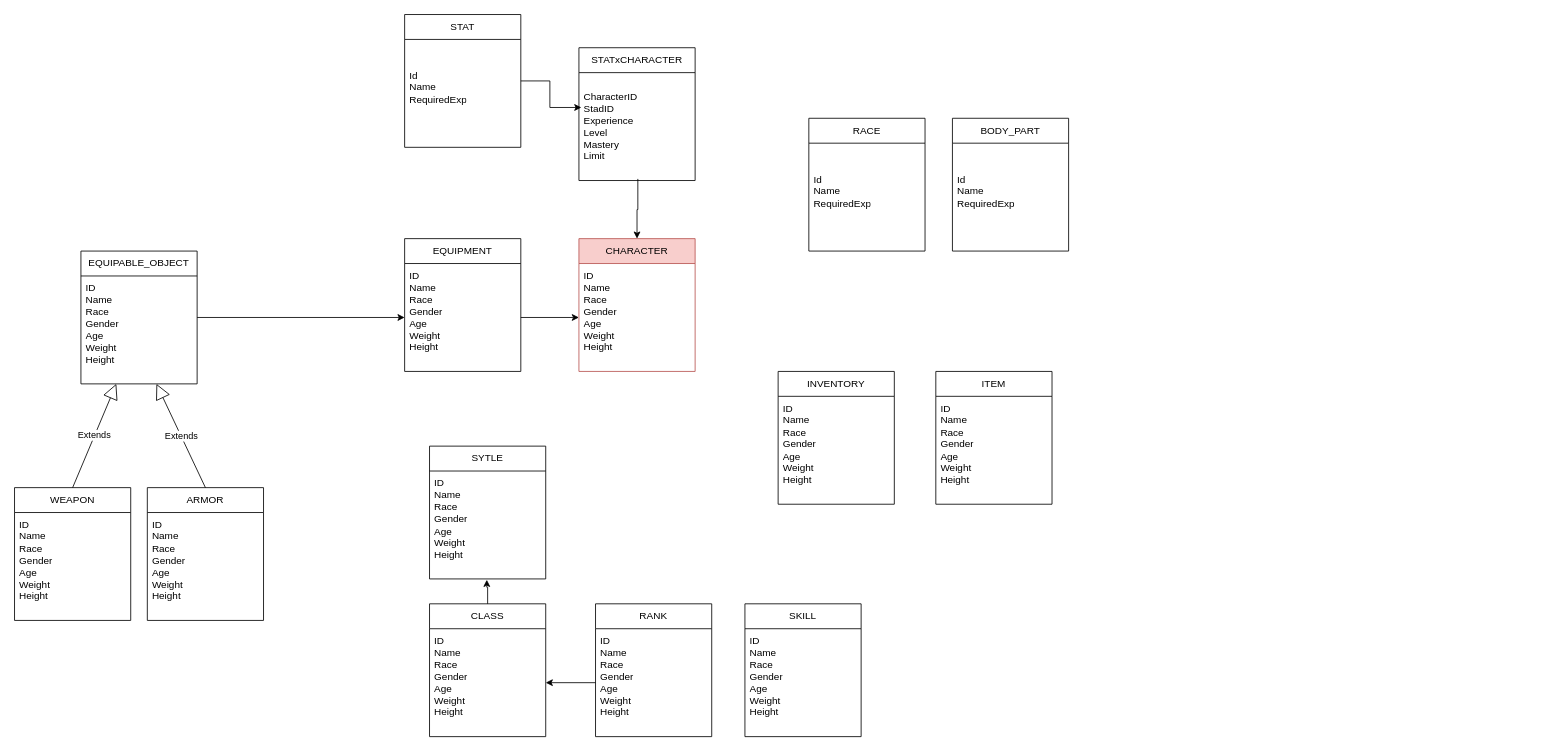
Mutisantos/kanionland-character-editor keeps this draw.io diagram as kanionland.drawio. Above is the earlier version. Source tidied: cells renumbered, new cells numbered last; positions are measured from the earlier drawing's top-left corner, leaving out a move shared by most shapes. Both pictures are drawn from the tidied source at 83%, with x=0, y=0 at pixel (14, 14).
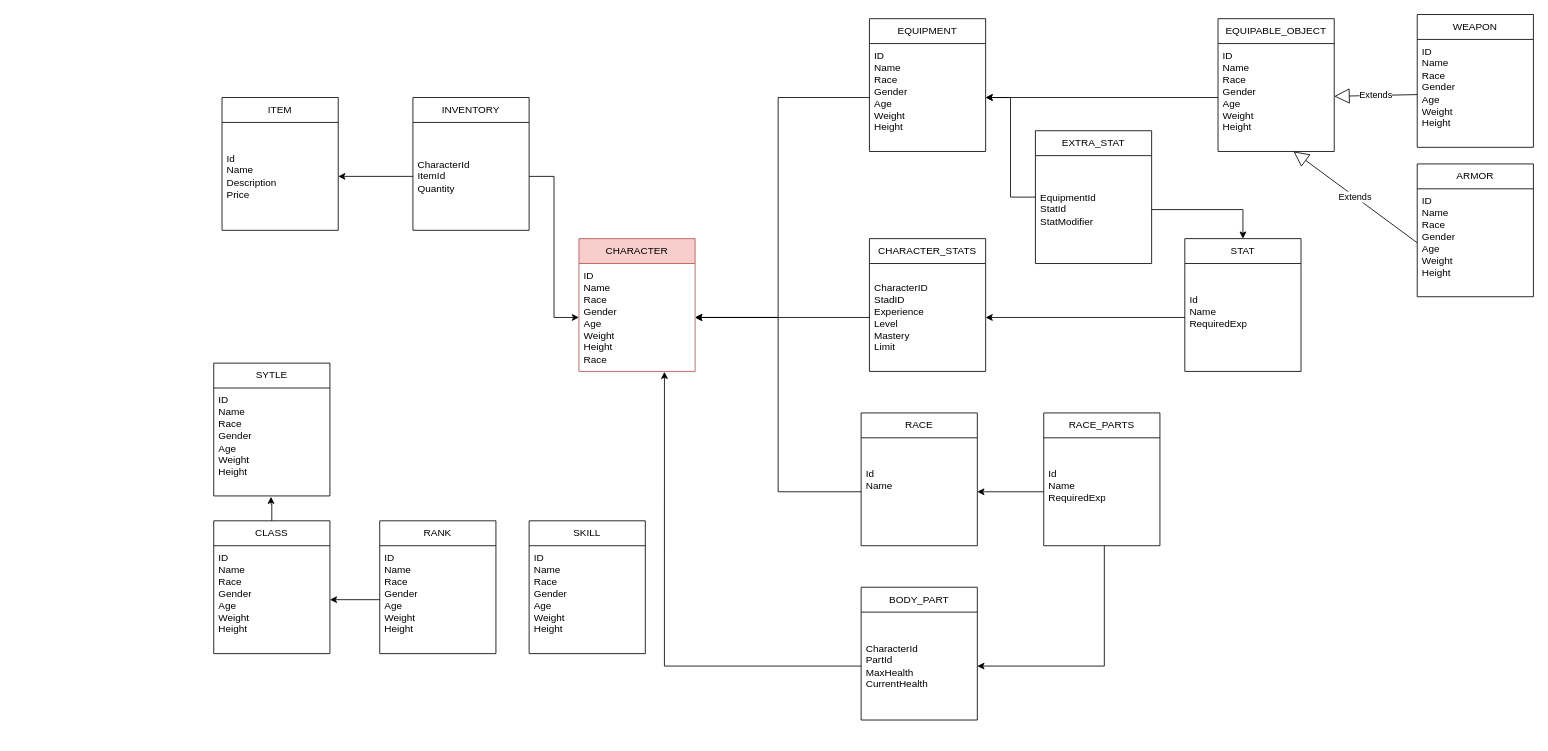
The same page after the edit.

The change refers to these unchanged cells:
```xml
<mxCell id="2" value="CHARACTER" style="swimlane;fontStyle=0;horizontal=1;startSize=30;whiteSpace=wrap;html=1;fillColor=#f8cecc;strokeColor=#b85450;" parent="1" vertex="1">
  <mxGeometry x="680" y="270" width="140" height="160" as="geometry" />
</mxCell>
<mxCell id="5" value="Id&lt;br&gt;Name&lt;div&gt;RequiredExp&lt;/div&gt;&lt;div&gt;&lt;br&gt;&lt;/div&gt;" style="text;strokeColor=none;fillColor=none;align=left;verticalAlign=middle;spacingLeft=4;spacingRight=4;overflow=hidden;points=[[0,0.5],[1,0.5]];portConstraint=eastwest;whiteSpace=wrap;html=1;" parent="4" vertex="1">
  <mxGeometry y="30" width="140" height="130" as="geometry" />
</mxCell>
<mxCell id="7" value="CharacterID&lt;br&gt;StadID&lt;div&gt;Experience&lt;/div&gt;&lt;div&gt;Level&lt;/div&gt;&lt;div&gt;Mastery&lt;/div&gt;&lt;div&gt;Limit&lt;/div&gt;" style="text;strokeColor=none;fillColor=none;align=left;verticalAlign=middle;spacingLeft=4;spacingRight=4;overflow=hidden;points=[[0,0.5],[1,0.5]];portConstraint=eastwest;whiteSpace=wrap;html=1;" parent="6" vertex="1">
  <mxGeometry y="30" width="140" height="130" as="geometry" />
</mxCell>
<mxCell id="14" value="ID&lt;br&gt;Name&lt;br&gt;&lt;div&gt;Race&lt;/div&gt;&lt;div&gt;Gender&lt;/div&gt;&lt;div&gt;Age&lt;/div&gt;&lt;div&gt;Weight&lt;/div&gt;&lt;div&gt;Height&lt;/div&gt;&lt;div&gt;&lt;br&gt;&lt;/div&gt;" style="text;strokeColor=none;fillColor=none;align=left;verticalAlign=middle;spacingLeft=4;spacingRight=4;overflow=hidden;points=[[0,0.5],[1,0.5]];portConstraint=eastwest;whiteSpace=wrap;html=1;" parent="13" vertex="1">
  <mxGeometry y="30" width="140" height="130" as="geometry" />
</mxCell>
<mxCell id="18" value="ID&lt;br&gt;Name&lt;br&gt;&lt;div&gt;Race&lt;/div&gt;&lt;div&gt;Gender&lt;/div&gt;&lt;div&gt;Age&lt;/div&gt;&lt;div&gt;Weight&lt;/div&gt;&lt;div&gt;Height&lt;/div&gt;&lt;div&gt;&lt;br&gt;&lt;/div&gt;" style="text;strokeColor=none;fillColor=none;align=left;verticalAlign=middle;spacingLeft=4;spacingRight=4;overflow=hidden;points=[[0,0.5],[1,0.5]];portConstraint=eastwest;whiteSpace=wrap;html=1;" parent="17" vertex="1">
  <mxGeometry y="30" width="140" height="130" as="geometry" />
</mxCell>
<mxCell id="20" value="ID&lt;br&gt;Name&lt;br&gt;&lt;div&gt;Race&lt;/div&gt;&lt;div&gt;Gender&lt;/div&gt;&lt;div&gt;Age&lt;/div&gt;&lt;div&gt;Weight&lt;/div&gt;&lt;div&gt;Height&lt;/div&gt;&lt;div&gt;&lt;br&gt;&lt;/div&gt;" style="text;strokeColor=none;fillColor=none;align=left;verticalAlign=middle;spacingLeft=4;spacingRight=4;overflow=hidden;points=[[0,0.5],[1,0.5]];portConstraint=eastwest;whiteSpace=wrap;html=1;" parent="19" vertex="1">
  <mxGeometry y="30" width="140" height="130" as="geometry" />
</mxCell>
<mxCell id="27" value="ID&lt;br&gt;Name&lt;br&gt;&lt;div&gt;Race&lt;/div&gt;&lt;div&gt;Gender&lt;/div&gt;&lt;div&gt;Age&lt;/div&gt;&lt;div&gt;Weight&lt;/div&gt;&lt;div&gt;Height&lt;/div&gt;&lt;div&gt;&lt;br&gt;&lt;/div&gt;" style="text;strokeColor=none;fillColor=none;align=left;verticalAlign=middle;spacingLeft=4;spacingRight=4;overflow=hidden;points=[[0,0.5],[1,0.5]];portConstraint=eastwest;whiteSpace=wrap;html=1;" parent="26" vertex="1">
  <mxGeometry y="30" width="140" height="130" as="geometry" />
</mxCell>
```

Change to the diagram source:
```diff
@@
-    <mxCell id="3" value="ID&lt;br&gt;Name&lt;br&gt;&lt;div&gt;Race&lt;/div&gt;&lt;div&gt;Gender&lt;/div&gt;&lt;div&gt;Age&lt;/div&gt;&lt;div&gt;Weight&lt;/div&gt;&lt;div&gt;Height&lt;/div&gt;&lt;div&gt;&lt;br&gt;&lt;/div&gt;" style="text;strokeColor=none;fillColor=none;align=left;verticalAlign=middle;spacingLeft=4;spacingRight=4;overflow=hidden;points=[[0,0.5],[1,0.5]];portConstraint=eastwest;whiteSpace=wrap;html=1;" parent="2" vertex="1">
+    <mxCell id="3" value="ID&lt;br&gt;Name&lt;br&gt;&lt;div&gt;Race&lt;/div&gt;&lt;div&gt;Gender&lt;/div&gt;&lt;div&gt;Age&lt;/div&gt;&lt;div&gt;Weight&lt;/div&gt;&lt;div&gt;Height&lt;/div&gt;&lt;div&gt;Race&lt;/div&gt;" style="text;strokeColor=none;fillColor=none;align=left;verticalAlign=middle;spacingLeft=4;spacingRight=4;overflow=hidden;points=[[0,0.5],[1,0.5]];portConstraint=eastwest;whiteSpace=wrap;html=1;" parent="2" vertex="1">
       <mxGeometry y="30" width="140" height="130" as="geometry" />
     </mxCell>
     <mxCell id="4" value="STAT" style="swimlane;fontStyle=0;horizontal=1;startSize=30;whiteSpace=wrap;html=1;" parent="1" vertex="1">
-      <mxGeometry x="470" width="140" height="160" as="geometry" />
+      <mxGeometry x="1410" y="270" width="140" height="160" as="geometry" />
     </mxCell>
@@
-    <mxCell id="6" value="STATxCHARACTER" style="swimlane;fontStyle=0;horizontal=1;startSize=30;whiteSpace=wrap;html=1;" parent="1" vertex="1">
-      <mxGeometry x="680" y="40" width="140" height="160" as="geometry" />
+    <mxCell id="6" value="CHARACTER_STATS" style="swimlane;fontStyle=0;horizontal=1;startSize=30;whiteSpace=wrap;html=1;" parent="1" vertex="1">
+      <mxGeometry x="1030" y="270" width="140" height="160" as="geometry" />
     </mxCell>
@@
-    <mxCell id="8" style="edgeStyle=orthogonalEdgeStyle;rounded=0;jettySize=auto;html=1;entryX=0.021;entryY=0.323;entryDx=0;entryDy=0;entryPerimeter=0;" parent="1" edge="1" source="4" target="7">
-      <mxGeometry relative="1" as="geometry" />
-    </mxCell>
     <mxCell id="9" value="RACE" style="swimlane;fontStyle=0;horizontal=1;startSize=30;whiteSpace=wrap;html=1;" parent="1" vertex="1">
-      <mxGeometry x="957" y="125" width="140" height="160" as="geometry" />
+      <mxGeometry x="1020" y="480" width="140" height="160" as="geometry" />
     </mxCell>
-    <mxCell id="10" value="Id&lt;br&gt;Name&lt;div&gt;RequiredExp&lt;/div&gt;&lt;div&gt;&lt;br&gt;&lt;/div&gt;" style="text;strokeColor=none;fillColor=none;align=left;verticalAlign=middle;spacingLeft=4;spacingRight=4;overflow=hidden;points=[[0,0.5],[1,0.5]];portConstraint=eastwest;whiteSpace=wrap;html=1;" parent="9" vertex="1">
+    <mxCell id="10" value="Id&lt;br&gt;Name&lt;div&gt;&lt;br&gt;&lt;/div&gt;&lt;div&gt;&lt;br&gt;&lt;/div&gt;" style="text;strokeColor=none;fillColor=none;align=left;verticalAlign=middle;spacingLeft=4;spacingRight=4;overflow=hidden;points=[[0,0.5],[1,0.5]];portConstraint=eastwest;whiteSpace=wrap;html=1;" parent="9" vertex="1">
       <mxGeometry y="30" width="140" height="130" as="geometry" />
     </mxCell>
     <mxCell id="11" value="ITEM" style="swimlane;fontStyle=0;horizontal=1;startSize=30;whiteSpace=wrap;html=1;" parent="1" vertex="1">
-      <mxGeometry x="1110" y="430" width="140" height="160" as="geometry" />
+      <mxGeometry x="250" y="100" width="140" height="160" as="geometry" />
     </mxCell>
-    <mxCell id="12" value="ID&lt;br&gt;Name&lt;br&gt;&lt;div&gt;Race&lt;/div&gt;&lt;div&gt;Gender&lt;/div&gt;&lt;div&gt;Age&lt;/div&gt;&lt;div&gt;Weight&lt;/div&gt;&lt;div&gt;Height&lt;/div&gt;&lt;div&gt;&lt;br&gt;&lt;/div&gt;" style="text;strokeColor=none;fillColor=none;align=left;verticalAlign=middle;spacingLeft=4;spacingRight=4;overflow=hidden;points=[[0,0.5],[1,0.5]];portConstraint=eastwest;whiteSpace=wrap;html=1;" parent="11" vertex="1">
+    <mxCell id="12" value="&lt;div&gt;Id&lt;/div&gt;&lt;div&gt;Name&lt;/div&gt;&lt;div&gt;Description&lt;/div&gt;&lt;div&gt;Price&lt;/div&gt;" style="text;strokeColor=none;fillColor=none;align=left;verticalAlign=middle;spacingLeft=4;spacingRight=4;overflow=hidden;points=[[0,0.5],[1,0.5]];portConstraint=eastwest;whiteSpace=wrap;html=1;" parent="11" vertex="1">
       <mxGeometry y="30" width="140" height="130" as="geometry" />
     </mxCell>
     <mxCell id="13" value="EQUIPMENT" style="swimlane;fontStyle=0;horizontal=1;startSize=30;whiteSpace=wrap;html=1;" parent="1" vertex="1">
-      <mxGeometry x="470" y="270" width="140" height="160" as="geometry" />
+      <mxGeometry x="1030" y="5" width="140" height="160" as="geometry" />
     </mxCell>
@@
     <mxCell id="15" value="INVENTORY" style="swimlane;fontStyle=0;horizontal=1;startSize=30;whiteSpace=wrap;html=1;" parent="1" vertex="1">
-      <mxGeometry x="920" y="430" width="140" height="160" as="geometry" />
+      <mxGeometry x="480" y="100" width="140" height="160" as="geometry" />
     </mxCell>
-    <mxCell id="16" value="ID&lt;br&gt;Name&lt;br&gt;&lt;div&gt;Race&lt;/div&gt;&lt;div&gt;Gender&lt;/div&gt;&lt;div&gt;Age&lt;/div&gt;&lt;div&gt;Weight&lt;/div&gt;&lt;div&gt;Height&lt;/div&gt;&lt;div&gt;&lt;br&gt;&lt;/div&gt;" style="text;strokeColor=none;fillColor=none;align=left;verticalAlign=middle;spacingLeft=4;spacingRight=4;overflow=hidden;points=[[0,0.5],[1,0.5]];portConstraint=eastwest;whiteSpace=wrap;html=1;" parent="15" vertex="1">
+    <mxCell id="16" value="&lt;div&gt;CharacterId&lt;/div&gt;&lt;div&gt;ItemId&lt;/div&gt;&lt;div&gt;Quantity&lt;/div&gt;" style="text;strokeColor=none;fillColor=none;align=left;verticalAlign=middle;spacingLeft=4;spacingRight=4;overflow=hidden;points=[[0,0.5],[1,0.5]];portConstraint=eastwest;whiteSpace=wrap;html=1;" parent="15" vertex="1">
       <mxGeometry y="30" width="140" height="130" as="geometry" />
     </mxCell>
     <mxCell id="17" value="WEAPON" style="swimlane;fontStyle=0;horizontal=1;startSize=30;whiteSpace=wrap;html=1;" parent="1" vertex="1">
-      <mxGeometry y="570" width="140" height="160" as="geometry" />
+      <mxGeometry x="1690" width="140" height="160" as="geometry" />
     </mxCell>
@@
     <mxCell id="19" value="ARMOR" style="swimlane;fontStyle=0;horizontal=1;startSize=30;whiteSpace=wrap;html=1;" parent="1" vertex="1">
-      <mxGeometry x="160" y="570" width="140" height="160" as="geometry" />
+      <mxGeometry x="1690" y="180" width="140" height="160" as="geometry" />
     </mxCell>
@@
-    <mxCell id="21" style="edgeStyle=orthogonalEdgeStyle;rounded=0;jettySize=auto;html=1;exitX=0.507;exitY=0.985;exitDx=0;exitDy=0;exitPerimeter=0;" parent="1" edge="1" source="7" target="2">
-      <mxGeometry relative="1" as="geometry">
-        <Array as="points">
-          <mxPoint x="750" y="235" />
-        </Array>
-      </mxGeometry>
-    </mxCell>
     <mxCell id="22" value="BODY_PART" style="swimlane;fontStyle=0;horizontal=1;startSize=30;whiteSpace=wrap;html=1;" parent="1" vertex="1">
-      <mxGeometry x="1130" y="125" width="140" height="160" as="geometry" />
+      <mxGeometry x="1020" y="690" width="140" height="160" as="geometry" />
     </mxCell>
-    <mxCell id="23" value="Id&lt;br&gt;Name&lt;div&gt;RequiredExp&lt;/div&gt;&lt;div&gt;&lt;br&gt;&lt;/div&gt;" style="text;strokeColor=none;fillColor=none;align=left;verticalAlign=middle;spacingLeft=4;spacingRight=4;overflow=hidden;points=[[0,0.5],[1,0.5]];portConstraint=eastwest;whiteSpace=wrap;html=1;" parent="22" vertex="1">
+    <mxCell id="23" value="&lt;div&gt;CharacterId&lt;/div&gt;&lt;div&gt;PartId&lt;/div&gt;&lt;div&gt;MaxHealth&lt;/div&gt;&lt;div&gt;CurrentHealth&lt;/div&gt;" style="text;strokeColor=none;fillColor=none;align=left;verticalAlign=middle;spacingLeft=4;spacingRight=4;overflow=hidden;points=[[0,0.5],[1,0.5]];portConstraint=eastwest;whiteSpace=wrap;html=1;" parent="22" vertex="1">
       <mxGeometry y="30" width="140" height="130" as="geometry" />
     </mxCell>
-    <mxCell id="24" style="edgeStyle=orthogonalEdgeStyle;rounded=0;jettySize=auto;html=1;entryX=0;entryY=0.5;entryDx=0;entryDy=0;" parent="1" edge="1" source="14" target="3">
-      <mxGeometry relative="1" as="geometry" />
-    </mxCell>
-    <mxCell id="25" style="edgeStyle=orthogonalEdgeStyle;rounded=0;jettySize=auto;html=1;entryX=0;entryY=0.5;entryDx=0;entryDy=0;" parent="1" edge="1" source="26" target="14">
-      <mxGeometry relative="1" as="geometry" />
-    </mxCell>
     <mxCell id="26" value="EQUIPABLE_OBJECT" style="swimlane;fontStyle=0;horizontal=1;startSize=30;whiteSpace=wrap;html=1;" parent="1" vertex="1">
-      <mxGeometry x="80" y="285" width="140" height="160" as="geometry" />
+      <mxGeometry x="1450" y="5" width="140" height="160" as="geometry" />
     </mxCell>
@@
-    <mxCell id="28" value="Extends" style="endArrow=block;endSize=16;endFill=0;html=1;rounded=0;exitX=0.5;exitY=0;exitDx=0;exitDy=0;" parent="1" edge="1" source="17" target="27">
+    <mxCell id="28" value="Extends" style="endArrow=block;endSize=16;endFill=0;html=1;rounded=0;" parent="1" edge="1" source="18" target="27">
       <mxGeometry relative="1" as="geometry" />
     </mxCell>
-    <mxCell id="29" value="Extends" style="endArrow=block;endSize=16;endFill=0;html=1;rounded=0;exitX=0.5;exitY=0;exitDx=0;exitDy=0;entryX=0.65;entryY=1;entryDx=0;entryDy=0;entryPerimeter=0;" parent="1" edge="1" source="19" target="27">
+    <mxCell id="29" value="Extends" style="endArrow=block;endSize=16;endFill=0;html=1;rounded=0;exitX=0;exitY=0.5;exitDx=0;exitDy=0;entryX=0.65;entryY=1;entryDx=0;entryDy=0;entryPerimeter=0;" parent="1" edge="1" source="20" target="27">
       <mxGeometry relative="1" as="geometry" />
     </mxCell>
     <mxCell id="30" value="SYTLE" style="swimlane;fontStyle=0;horizontal=1;startSize=30;whiteSpace=wrap;html=1;" parent="1" vertex="1">
-      <mxGeometry x="500" y="520" width="140" height="160" as="geometry" />
+      <mxGeometry x="240" y="420" width="140" height="160" as="geometry" />
     </mxCell>
@@
     <mxCell id="32" value="CLASS" style="swimlane;fontStyle=0;horizontal=1;startSize=30;whiteSpace=wrap;html=1;" parent="1" vertex="1">
-      <mxGeometry x="500" y="710" width="140" height="160" as="geometry" />
+      <mxGeometry x="240" y="610" width="140" height="160" as="geometry" />
     </mxCell>
@@
     <mxCell id="34" value="RANK" style="swimlane;fontStyle=0;horizontal=1;startSize=30;whiteSpace=wrap;html=1;" parent="1" vertex="1">
-      <mxGeometry x="700" y="710" width="140" height="160" as="geometry" />
+      <mxGeometry x="440" y="610" width="140" height="160" as="geometry" />
     </mxCell>
@@
     <mxCell id="38" value="SKILL" style="swimlane;fontStyle=0;horizontal=1;startSize=30;whiteSpace=wrap;html=1;" parent="1" vertex="1">
-      <mxGeometry x="880" y="710" width="140" height="160" as="geometry" />
+      <mxGeometry x="620" y="610" width="140" height="160" as="geometry" />
     </mxCell>
@@
+    <mxCell id="40" style="edgeStyle=orthogonalEdgeStyle;rounded=0;jettySize=auto;html=1;" parent="1" edge="1" source="16" target="12">
+      <mxGeometry relative="1" as="geometry" />
+    </mxCell>
+    <mxCell id="41" style="edgeStyle=orthogonalEdgeStyle;rounded=0;jettySize=auto;html=1;exitX=0;exitY=0.5;exitDx=0;exitDy=0;" parent="1" edge="1" source="43" target="10">
+      <mxGeometry relative="1" as="geometry" />
+    </mxCell>
+    <mxCell id="42" value="RACE_PARTS" style="swimlane;fontStyle=0;horizontal=1;startSize=30;whiteSpace=wrap;html=1;" parent="1" vertex="1">
+      <mxGeometry x="1240" y="480" width="140" height="160" as="geometry" />
+    </mxCell>
+    <mxCell id="43" value="Id&lt;br&gt;Name&lt;div&gt;RequiredExp&lt;/div&gt;&lt;div&gt;&lt;br&gt;&lt;/div&gt;" style="text;strokeColor=none;fillColor=none;align=left;verticalAlign=middle;spacingLeft=4;spacingRight=4;overflow=hidden;points=[[0,0.5],[1,0.5]];portConstraint=eastwest;whiteSpace=wrap;html=1;" parent="42" vertex="1">
+      <mxGeometry y="30" width="140" height="130" as="geometry" />
+    </mxCell>
+    <mxCell id="44" style="edgeStyle=orthogonalEdgeStyle;rounded=0;jettySize=auto;html=1;" parent="1" edge="1" source="43" target="23">
+      <mxGeometry relative="1" as="geometry">
+        <Array as="points">
+          <mxPoint x="1313" y="785" />
+        </Array>
+      </mxGeometry>
+    </mxCell>
+    <mxCell id="45" style="edgeStyle=orthogonalEdgeStyle;rounded=0;jettySize=auto;html=1;" parent="1" edge="1" source="27" target="14">
+      <mxGeometry relative="1" as="geometry" />
+    </mxCell>
+    <mxCell id="24" style="edgeStyle=orthogonalEdgeStyle;rounded=0;jettySize=auto;html=1;entryX=1;entryY=0.5;entryDx=0;entryDy=0;" parent="1" edge="1" source="14" target="3">
+      <mxGeometry relative="1" as="geometry">
+        <Array as="points">
+          <mxPoint x="920" y="100" />
+          <mxPoint x="920" y="365" />
+        </Array>
+      </mxGeometry>
+    </mxCell>
+    <mxCell id="46" style="edgeStyle=orthogonalEdgeStyle;rounded=0;jettySize=auto;html=1;" parent="1" edge="1" source="16" target="3">
+      <mxGeometry relative="1" as="geometry" />
+    </mxCell>
+    <mxCell id="47" style="edgeStyle=orthogonalEdgeStyle;rounded=0;jettySize=auto;html=1;entryX=0.736;entryY=1.004;entryDx=0;entryDy=0;entryPerimeter=0;" parent="1" edge="1" source="23" target="3">
+      <mxGeometry relative="1" as="geometry" />
+    </mxCell>
+    <mxCell id="48" style="edgeStyle=orthogonalEdgeStyle;rounded=0;jettySize=auto;html=1;entryX=1;entryY=0.5;entryDx=0;entryDy=0;" parent="1" edge="1" source="10" target="3">
+      <mxGeometry relative="1" as="geometry" />
+    </mxCell>
+    <mxCell id="49" style="edgeStyle=orthogonalEdgeStyle;rounded=0;jettySize=auto;html=1;entryX=1;entryY=0.5;entryDx=0;entryDy=0;" parent="1" edge="1" source="7" target="3">
+      <mxGeometry relative="1" as="geometry" />
+    </mxCell>
+    <mxCell id="50" style="edgeStyle=orthogonalEdgeStyle;rounded=0;jettySize=auto;html=1;" parent="1" edge="1" source="5" target="7">
+      <mxGeometry relative="1" as="geometry" />
+    </mxCell>
+    <mxCell id="51" style="edgeStyle=orthogonalEdgeStyle;rounded=0;jettySize=auto;html=1;entryX=1;entryY=0.5;entryDx=0;entryDy=0;" parent="1" edge="1" source="52" target="14">
+      <mxGeometry relative="1" as="geometry" />
+    </mxCell>
+    <mxCell id="52" value="EXTRA_STAT" style="swimlane;fontStyle=0;horizontal=1;startSize=30;whiteSpace=wrap;html=1;" parent="1" vertex="1">
+      <mxGeometry x="1230" y="140" width="140" height="160" as="geometry" />
+    </mxCell>
+    <mxCell id="53" value="&lt;div&gt;EquipmentId&lt;/div&gt;&lt;div&gt;StatId&lt;/div&gt;&lt;div&gt;StatModifier&lt;/div&gt;" style="text;strokeColor=none;fillColor=none;align=left;verticalAlign=middle;spacingLeft=4;spacingRight=4;overflow=hidden;points=[[0,0.5],[1,0.5]];portConstraint=eastwest;whiteSpace=wrap;html=1;" parent="52" vertex="1">
+      <mxGeometry y="30" width="140" height="130" as="geometry" />
+    </mxCell>
+    <mxCell id="54" style="edgeStyle=orthogonalEdgeStyle;rounded=0;jettySize=auto;html=1;entryX=0.5;entryY=0;entryDx=0;entryDy=0;" parent="1" edge="1" source="53" target="4">
+      <mxGeometry relative="1" as="geometry" />
+    </mxCell>
```
